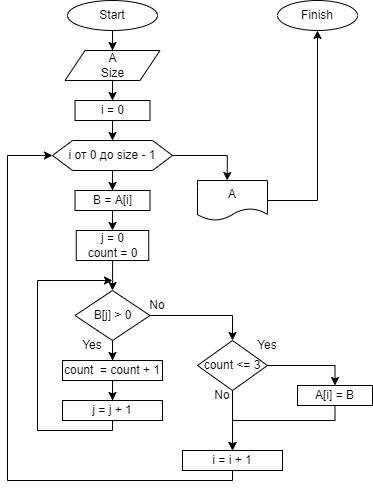
This is Algoritm.drawio.png from ElenaFat918/ControlWork, a draw.io export, as it was before one commit. Source tidied: cells renumbered, new cells last; positions are measured from the earlier drawing's top-left corner, leaving out a move shared by most shapes.
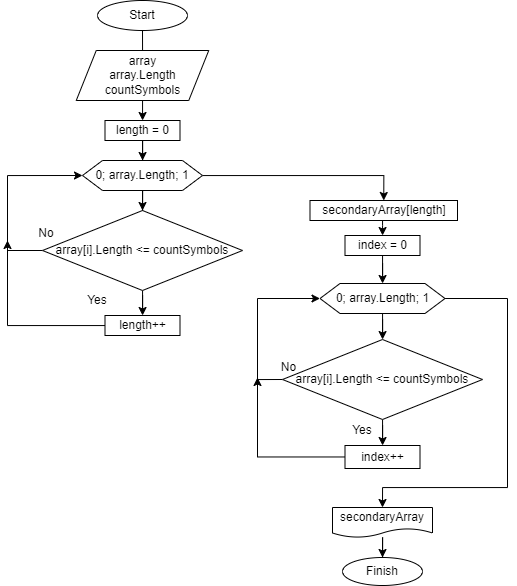
Later version of the same file.

What changed in the source:
```diff
@@ -9,118 +9,125 @@
       <mxGeometry x="60" width="90" height="30" as="geometry" />
     </mxCell>
     <mxCell id="4" value="Finish" style="ellipse;whiteSpace=wrap;html=1;" parent="1" vertex="1">
-      <mxGeometry x="270" width="80" height="30" as="geometry" />
+      <mxGeometry x="305" y="557" width="80" height="28" as="geometry" />
     </mxCell>
-    <mxCell id="5" style="edgeStyle=orthogonalEdgeStyle;rounded=0;jettySize=auto;html=1;" parent="1" edge="1" source="6" target="8">
+    <mxCell id="5" style="edgeStyle=orthogonalEdgeStyle;rounded=0;jettySize=auto;html=1;entryX=0.5;entryY=0;entryDx=0;entryDy=0;" parent="1" edge="1" source="6" target="8">
       <mxGeometry relative="1" as="geometry" />
     </mxCell>
-    <mxCell id="6" value="A&lt;br&gt;Size" style="shape=parallelogram;perimeter=parallelogramPerimeter;whiteSpace=wrap;html=1;fixedSize=1;" parent="1" vertex="1">
-      <mxGeometry x="57.5" y="50" width="95" height="30" as="geometry" />
+    <mxCell id="6" value="array&lt;br&gt;array.Length&lt;br&gt;countSymbols" style="shape=parallelogram;perimeter=parallelogramPerimeter;whiteSpace=wrap;html=1;fixedSize=1;" parent="1" vertex="1">
+      <mxGeometry x="38.8" y="50" width="132.5" height="50" as="geometry" />
     </mxCell>
     <mxCell id="7" style="edgeStyle=orthogonalEdgeStyle;rounded=0;jettySize=auto;html=1;" parent="1" edge="1" source="8" target="11">
       <mxGeometry relative="1" as="geometry" />
     </mxCell>
-    <mxCell id="8" value="i = 0" style="rounded=0;whiteSpace=wrap;html=1;" parent="1" vertex="1">
-      <mxGeometry x="67.5" y="100" width="75" height="20" as="geometry" />
+    <mxCell id="8" value="length = 0" style="rounded=0;whiteSpace=wrap;html=1;" parent="1" vertex="1">
+      <mxGeometry x="67.5" y="120" width="75" height="20" as="geometry" />
     </mxCell>
-    <mxCell id="9" style="edgeStyle=orthogonalEdgeStyle;rounded=0;jettySize=auto;html=1;" parent="1" edge="1" source="11" target="13">
-      <mxGeometry relative="1" as="geometry" />
-    </mxCell>
-    <mxCell id="10" style="edgeStyle=orthogonalEdgeStyle;rounded=0;jettySize=auto;html=1;entryX=0.425;entryY=-0.001;entryDx=0;entryDy=0;entryPerimeter=0;" parent="1" edge="1" source="11" target="35">
-      <mxGeometry relative="1" as="geometry" />
-    </mxCell>
-    <mxCell id="11" value="i от 0 до size - 1" style="shape=hexagon;perimeter=hexagonPerimeter2;whiteSpace=wrap;html=1;fixedSize=1;" parent="1" vertex="1">
-      <mxGeometry x="45" y="140" width="120" height="30" as="geometry" />
-    </mxCell>
-    <mxCell id="12" style="edgeStyle=orthogonalEdgeStyle;rounded=0;jettySize=auto;html=1;" parent="1" edge="1" source="13" target="15">
-      <mxGeometry relative="1" as="geometry" />
-    </mxCell>
-    <mxCell id="13" value="B = A[i]" style="rounded=0;whiteSpace=wrap;html=1;" parent="1" vertex="1">
-      <mxGeometry x="67.5" y="190" width="75" height="20" as="geometry" />
-    </mxCell>
-    <mxCell id="14" style="edgeStyle=orthogonalEdgeStyle;rounded=0;jettySize=auto;html=1;" parent="1" edge="1" source="15" target="18">
-      <mxGeometry relative="1" as="geometry" />
-    </mxCell>
-    <mxCell id="15" value="j = 0&lt;br&gt;count = 0" style="rounded=0;whiteSpace=wrap;html=1;" parent="1" vertex="1">
-      <mxGeometry x="68.8" y="230" width="72.5" height="30" as="geometry" />
-    </mxCell>
     <mxCell id="16" style="edgeStyle=orthogonalEdgeStyle;rounded=0;jettySize=auto;html=1;" parent="1" edge="1" source="18" target="20">
       <mxGeometry relative="1" as="geometry" />
     </mxCell>
-    <mxCell id="17" style="edgeStyle=orthogonalEdgeStyle;rounded=0;jettySize=auto;html=1;entryX=0.5;entryY=0;entryDx=0;entryDy=0;" parent="1" edge="1" source="18" target="27">
-      <mxGeometry relative="1" as="geometry" />
-    </mxCell>
+    <mxCell id="36" style="edgeStyle=orthogonalEdgeStyle;rounded=0;jettySize=auto;html=1;entryX=0;entryY=0.5;entryDx=0;entryDy=0;" parent="1" edge="1" target="11">
+      <mxGeometry relative="1" as="geometry">
+        <mxPoint x="5" y="250" as="sourcePoint" />
+        <Array as="points">
+          <mxPoint x="-30" y="250" />
+          <mxPoint x="-30" y="175" />
+        </Array>
+      </mxGeometry>
+    </mxCell>
-    <mxCell id="18" value="B[j] &amp;gt; 0" style="rhombus;whiteSpace=wrap;html=1;" parent="1" vertex="1">
-      <mxGeometry x="67.5" y="290" width="75" height="50" as="geometry" />
+    <mxCell id="18" value="array[i].Length &amp;lt;= countSymbols" style="rhombus;whiteSpace=wrap;html=1;" parent="1" vertex="1">
+      <mxGeometry x="5" y="210" width="200" height="80" as="geometry" />
     </mxCell>
-    <mxCell id="19" style="edgeStyle=orthogonalEdgeStyle;rounded=0;jettySize=auto;html=1;" parent="1" edge="1" source="20" target="24">
-      <mxGeometry relative="1" as="geometry" />
-    </mxCell>
+    <mxCell id="37" style="edgeStyle=orthogonalEdgeStyle;rounded=0;jettySize=auto;html=1;" parent="1" edge="1" source="20">
+      <mxGeometry relative="1" as="geometry">
+        <mxPoint x="-30" y="240" as="targetPoint" />
+      </mxGeometry>
+    </mxCell>
-    <mxCell id="20" value="count&amp;nbsp; = count + 1" style="rounded=0;whiteSpace=wrap;html=1;" parent="1" vertex="1">
-      <mxGeometry x="55" y="360" width="100" height="20" as="geometry" />
+    <mxCell id="20" value="length++" style="rounded=0;whiteSpace=wrap;html=1;" parent="1" vertex="1">
+      <mxGeometry x="67.5" y="315" width="75" height="20" as="geometry" />
     </mxCell>
     <mxCell id="21" value="Yes" style="text;html=1;strokeColor=none;fillColor=none;align=center;verticalAlign=middle;whiteSpace=wrap;rounded=0;" parent="1" vertex="1">
-      <mxGeometry x="55" y="330" width="60" height="30" as="geometry" />
+      <mxGeometry x="30" y="285" width="60" height="30" as="geometry" />
     </mxCell>
     <mxCell id="22" value="No" style="text;html=1;strokeColor=none;fillColor=none;align=center;verticalAlign=middle;whiteSpace=wrap;rounded=0;" parent="1" vertex="1">
-      <mxGeometry x="120" y="290" width="60" height="30" as="geometry" />
+      <mxGeometry x="-21.2" y="220" width="60" height="25" as="geometry" />
     </mxCell>
-    <mxCell id="23" style="edgeStyle=orthogonalEdgeStyle;rounded=0;jettySize=auto;html=1;" parent="1" edge="1" source="24">
-      <mxGeometry relative="1" as="geometry">
-        <mxPoint x="105" y="280" as="targetPoint" />
-        <Array as="points">
-          <mxPoint x="105" y="430" />
-          <mxPoint x="30" y="430" />
-          <mxPoint x="30" y="280" />
-        </Array>
-      </mxGeometry>
-    </mxCell>
+    <mxCell id="38" style="edgeStyle=orthogonalEdgeStyle;rounded=0;jettySize=auto;html=1;entryX=0.5;entryY=0;entryDx=0;entryDy=0;" parent="1" edge="1" source="24" target="42">
+      <mxGeometry relative="1" as="geometry">
+        <Array as="points">
+          <mxPoint x="345" y="225" />
+          <mxPoint x="345" y="225" />
+        </Array>
+      </mxGeometry>
+    </mxCell>
-    <mxCell id="24" value="j = j + 1" style="rounded=0;whiteSpace=wrap;html=1;" parent="1" vertex="1">
-      <mxGeometry x="55" y="400" width="100" height="20" as="geometry" />
+    <mxCell id="24" value="secondaryArray[length]" style="rounded=0;whiteSpace=wrap;html=1;" parent="1" vertex="1">
+      <mxGeometry x="272.5" y="200" width="147.5" height="20" as="geometry" />
     </mxCell>
-    <mxCell id="25" style="edgeStyle=orthogonalEdgeStyle;rounded=0;jettySize=auto;html=1;entryX=0.5;entryY=0;entryDx=0;entryDy=0;" parent="1" edge="1" source="27" target="29">
-      <mxGeometry relative="1" as="geometry" />
-    </mxCell>
-    <mxCell id="26" style="edgeStyle=orthogonalEdgeStyle;rounded=0;jettySize=auto;html=1;entryX=0.5;entryY=0;entryDx=0;entryDy=0;" parent="1" edge="1" source="27" target="33">
-      <mxGeometry relative="1" as="geometry" />
-    </mxCell>
-    <mxCell id="27" value="count &amp;lt;= 3" style="rhombus;whiteSpace=wrap;html=1;" parent="1" vertex="1">
-      <mxGeometry x="190" y="340" width="70" height="50" as="geometry" />
-    </mxCell>
-    <mxCell id="28" style="edgeStyle=orthogonalEdgeStyle;rounded=0;jettySize=auto;html=1;entryX=0;entryY=0.5;entryDx=0;entryDy=0;" parent="1" edge="1" source="29" target="11">
-      <mxGeometry relative="1" as="geometry">
-        <Array as="points">
-          <mxPoint x="225" y="480" />
-          <mxPoint y="480" />
-          <mxPoint y="155" />
-        </Array>
-      </mxGeometry>
-    </mxCell>
-    <mxCell id="29" value="i = i + 1" style="rounded=0;whiteSpace=wrap;html=1;" parent="1" vertex="1">
-      <mxGeometry x="175" y="450" width="100" height="20" as="geometry" />
-    </mxCell>
-    <mxCell id="30" value="No" style="text;html=1;strokeColor=none;fillColor=none;align=center;verticalAlign=middle;whiteSpace=wrap;rounded=0;" parent="1" vertex="1">
-      <mxGeometry x="200" y="380" width="30" height="30" as="geometry" />
-    </mxCell>
-    <mxCell id="31" value="Yes" style="text;html=1;strokeColor=none;fillColor=none;align=center;verticalAlign=middle;whiteSpace=wrap;rounded=0;" parent="1" vertex="1">
-      <mxGeometry x="240" y="335" width="40" height="20" as="geometry" />
-    </mxCell>
-    <mxCell id="32" style="edgeStyle=orthogonalEdgeStyle;rounded=0;jettySize=auto;html=1;entryX=0.5;entryY=0;entryDx=0;entryDy=0;" parent="1" edge="1" source="33" target="29">
-      <mxGeometry relative="1" as="geometry">
-        <Array as="points">
-          <mxPoint x="327" y="420" />
-          <mxPoint x="225" y="420" />
-        </Array>
-      </mxGeometry>
-    </mxCell>
-    <mxCell id="33" value="A[i] = B" style="rounded=0;whiteSpace=wrap;html=1;" parent="1" vertex="1">
-      <mxGeometry x="290" y="385" width="75" height="20" as="geometry" />
-    </mxCell>
     <mxCell id="34" style="edgeStyle=orthogonalEdgeStyle;rounded=0;jettySize=auto;html=1;" parent="1" edge="1" source="35" target="4">
       <mxGeometry relative="1" as="geometry" />
     </mxCell>
-    <mxCell id="35" value="A" style="shape=document;whiteSpace=wrap;html=1;boundedLbl=1;" parent="1" vertex="1">
-      <mxGeometry x="190" y="180" width="70" height="40" as="geometry" />
+    <mxCell id="35" value="secondaryArray" style="shape=document;whiteSpace=wrap;html=1;boundedLbl=1;" parent="1" vertex="1">
+      <mxGeometry x="295" y="507" width="100" height="30" as="geometry" />
     </mxCell>
+    <mxCell id="39" style="edgeStyle=orthogonalEdgeStyle;rounded=0;jettySize=auto;html=1;entryX=0.5;entryY=0;entryDx=0;entryDy=0;" parent="1" edge="1" source="11">
+      <mxGeometry relative="1" as="geometry">
+        <mxPoint x="105" y="210" as="targetPoint" />
+      </mxGeometry>
+    </mxCell>
+    <mxCell id="40" style="edgeStyle=orthogonalEdgeStyle;rounded=0;jettySize=auto;html=1;entryX=0.5;entryY=0;entryDx=0;entryDy=0;" parent="1" edge="1" source="11" target="24">
+      <mxGeometry relative="1" as="geometry" />
+    </mxCell>
+    <mxCell id="11" value="0; array.Length; 1" style="shape=hexagon;perimeter=hexagonPerimeter2;whiteSpace=wrap;html=1;fixedSize=1;" parent="1" vertex="1">
+      <mxGeometry x="45" y="160" width="120" height="30" as="geometry" />
+    </mxCell>
+    <mxCell id="41" style="edgeStyle=orthogonalEdgeStyle;rounded=0;jettySize=auto;html=1;" parent="1" edge="1" source="42" target="45">
+      <mxGeometry relative="1" as="geometry" />
+    </mxCell>
+    <mxCell id="42" value="index = 0" style="rounded=0;whiteSpace=wrap;html=1;" parent="1" vertex="1">
+      <mxGeometry x="307.5" y="235" width="75" height="20" as="geometry" />
+    </mxCell>
+    <mxCell id="43" style="edgeStyle=orthogonalEdgeStyle;rounded=0;jettySize=auto;html=1;" parent="1" edge="1" source="45" target="48">
+      <mxGeometry relative="1" as="geometry" />
+    </mxCell>
+    <mxCell id="44" style="edgeStyle=orthogonalEdgeStyle;rounded=0;jettySize=auto;html=1;entryX=0.5;entryY=0;entryDx=0;entryDy=0;" parent="1" edge="1" source="45" target="35">
+      <mxGeometry relative="1" as="geometry">
+        <Array as="points">
+          <mxPoint x="470" y="298" />
+          <mxPoint x="470" y="487" />
+          <mxPoint x="345" y="487" />
+        </Array>
+      </mxGeometry>
+    </mxCell>
+    <mxCell id="45" value="0; array.Length; 1" style="shape=hexagon;perimeter=hexagonPerimeter2;whiteSpace=wrap;html=1;fixedSize=1;" parent="1" vertex="1">
+      <mxGeometry x="282.5" y="283" width="125" height="30" as="geometry" />
+    </mxCell>
+    <mxCell id="46" style="edgeStyle=orthogonalEdgeStyle;rounded=0;jettySize=auto;html=1;exitX=0;exitY=0.5;exitDx=0;exitDy=0;entryX=0;entryY=0.5;entryDx=0;entryDy=0;" parent="1" edge="1" source="48" target="45">
+      <mxGeometry relative="1" as="geometry">
+        <Array as="points">
+          <mxPoint x="220" y="379" />
+          <mxPoint x="220" y="298" />
+        </Array>
+      </mxGeometry>
+    </mxCell>
+    <mxCell id="47" style="edgeStyle=orthogonalEdgeStyle;rounded=0;jettySize=auto;html=1;" parent="1" edge="1" source="48" target="50">
+      <mxGeometry relative="1" as="geometry" />
+    </mxCell>
+    <mxCell id="48" value="array[i].Length &amp;lt;= countSymbols" style="rhombus;whiteSpace=wrap;html=1;" parent="1" vertex="1">
+      <mxGeometry x="245" y="339" width="200" height="80" as="geometry" />
+    </mxCell>
+    <mxCell id="49" style="edgeStyle=orthogonalEdgeStyle;rounded=0;jettySize=auto;html=1;" parent="1" edge="1" source="50">
+      <mxGeometry relative="1" as="geometry">
+        <mxPoint x="220" y="377" as="targetPoint" />
+      </mxGeometry>
+    </mxCell>
+    <mxCell id="50" value="index++" style="rounded=0;whiteSpace=wrap;html=1;" parent="1" vertex="1">
+      <mxGeometry x="307.5" y="445" width="75" height="23" as="geometry" />
+    </mxCell>
+    <mxCell id="31" value="Yes" style="text;html=1;strokeColor=none;fillColor=none;align=center;verticalAlign=middle;whiteSpace=wrap;rounded=0;" parent="1" vertex="1">
+      <mxGeometry x="295" y="415" width="60" height="30" as="geometry" />
+    </mxCell>
+    <mxCell id="30" value="No" style="text;html=1;strokeColor=none;fillColor=none;align=center;verticalAlign=middle;whiteSpace=wrap;rounded=0;" parent="1" vertex="1">
+      <mxGeometry x="223.8" y="357" width="55" height="21" as="geometry" />
+    </mxCell>
   </root>
 </mxGraphModel>
```
